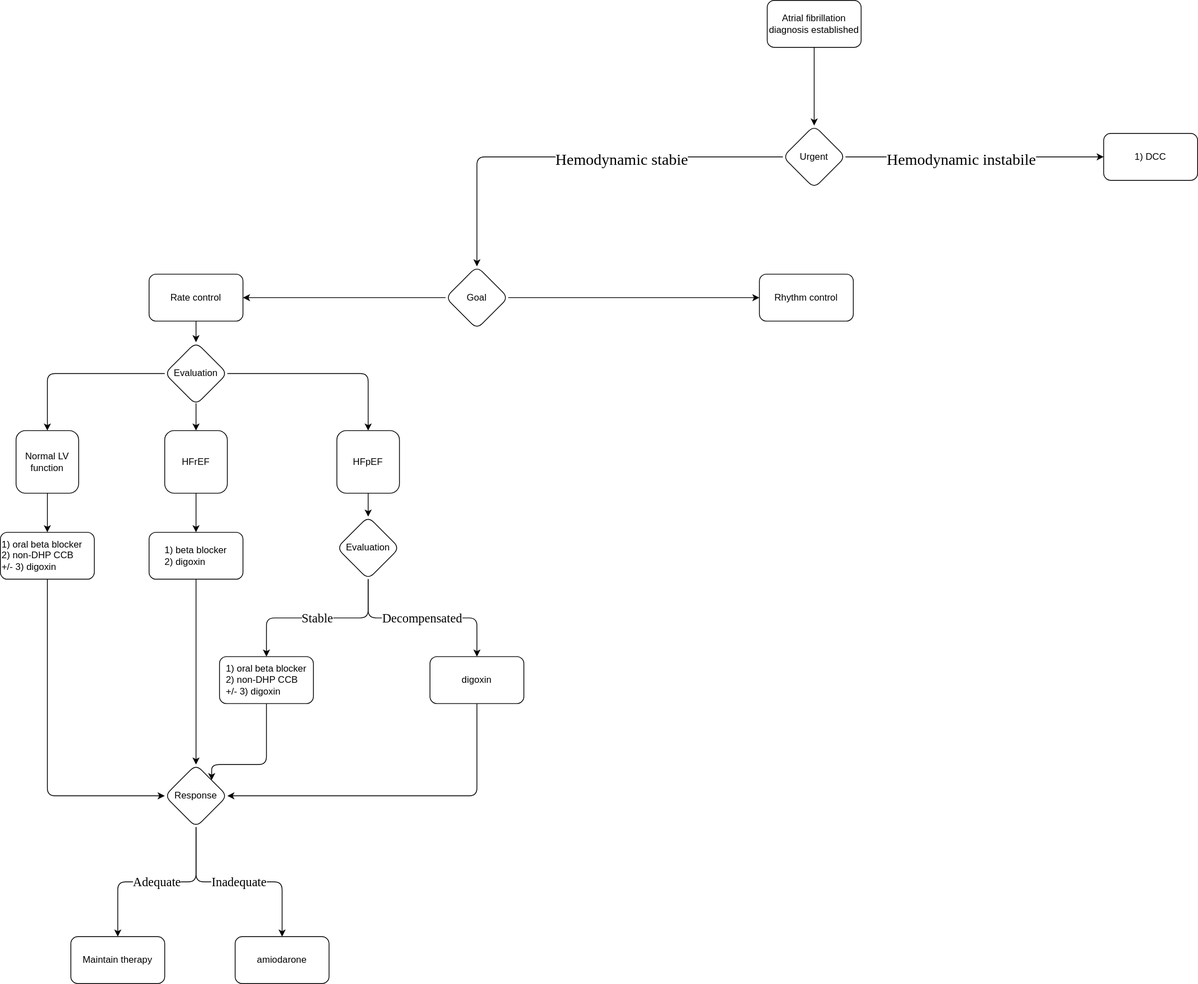
This is Atrial fibrillation/AF algorithm.svg from TomHsiung/Cardiology, a draw.io export, as it was before one commit. Source tidied: cells renumbered, new cells last; positions are measured from the earlier drawing's top-left corner, leaving out a move shared by most shapes. Its diagram source:
```xml
<mxGraphModel>
  <root>
    <mxCell id="0" />
    <mxCell id="1" parent="0" />
    <mxCell id="2" style="edgeStyle=orthogonalEdgeStyle;rounded=1;jettySize=auto;html=1;exitX=0.5;exitY=1;exitDx=0;exitDy=0;entryX=0.5;entryY=0;entryDx=0;entryDy=0;" parent="1" edge="1" source="3" target="40">
      <mxGeometry relative="1" as="geometry" />
    </mxCell>
    <mxCell id="3" value="Atrial fibrillation diagnosis established" style="rounded=1;whiteSpace=wrap;html=1;labelBackgroundColor=none;" parent="1" vertex="1">
      <mxGeometry x="980" width="120" height="60" as="geometry" />
    </mxCell>
    <mxCell id="4" style="edgeStyle=orthogonalEdgeStyle;rounded=1;jettySize=auto;html=1;fontColor=default;entryX=1;entryY=0.5;entryDx=0;entryDy=0;exitX=0;exitY=0.5;exitDx=0;exitDy=0;labelBackgroundColor=none;" parent="1" edge="1" source="6" target="8">
      <mxGeometry relative="1" as="geometry" />
    </mxCell>
    <mxCell id="5" style="edgeStyle=orthogonalEdgeStyle;rounded=1;jettySize=auto;html=1;exitX=1;exitY=0.5;exitDx=0;exitDy=0;fontColor=default;entryX=0;entryY=0.5;entryDx=0;entryDy=0;labelBackgroundColor=none;" parent="1" edge="1" source="6" target="9">
      <mxGeometry relative="1" as="geometry" />
    </mxCell>
    <mxCell id="6" value="Goal" style="rhombus;whiteSpace=wrap;html=1;rounded=1;labelBackgroundColor=none;" parent="1" vertex="1">
      <mxGeometry x="569" y="340" width="80" height="80" as="geometry" />
    </mxCell>
    <mxCell id="7" style="edgeStyle=orthogonalEdgeStyle;rounded=1;jettySize=auto;html=1;exitX=0.5;exitY=1;exitDx=0;exitDy=0;fontColor=default;entryX=0.5;entryY=0;entryDx=0;entryDy=0;labelBackgroundColor=none;" parent="1" edge="1" source="8" target="13">
      <mxGeometry relative="1" as="geometry" />
    </mxCell>
    <mxCell id="8" value="Rate control" style="rounded=1;whiteSpace=wrap;html=1;labelBackgroundColor=none;" parent="1" vertex="1">
      <mxGeometry x="190" y="350" width="120" height="60" as="geometry" />
    </mxCell>
    <mxCell id="9" value="Rhythm control" style="rounded=1;whiteSpace=wrap;html=1;labelBackgroundColor=none;" parent="1" vertex="1">
      <mxGeometry x="970" y="350" width="120" height="60" as="geometry" />
    </mxCell>
    <mxCell id="10" style="edgeStyle=orthogonalEdgeStyle;rounded=1;jettySize=auto;html=1;entryX=0.5;entryY=0;entryDx=0;entryDy=0;fontColor=default;exitX=0;exitY=0.5;exitDx=0;exitDy=0;labelBackgroundColor=none;" parent="1" edge="1" source="13" target="15">
      <mxGeometry relative="1" as="geometry" />
    </mxCell>
    <mxCell id="11" style="edgeStyle=orthogonalEdgeStyle;rounded=1;jettySize=auto;html=1;entryX=0.5;entryY=0;entryDx=0;entryDy=0;fontColor=default;exitX=0.5;exitY=1;exitDx=0;exitDy=0;labelBackgroundColor=none;" parent="1" edge="1" target="17">
      <mxGeometry relative="1" as="geometry">
        <mxPoint x="250" y="515" as="sourcePoint" />
      </mxGeometry>
    </mxCell>
    <mxCell id="12" style="edgeStyle=orthogonalEdgeStyle;rounded=1;jettySize=auto;html=1;exitX=1;exitY=0.5;exitDx=0;exitDy=0;entryX=0.5;entryY=0;entryDx=0;entryDy=0;fontColor=default;labelBackgroundColor=none;" parent="1" edge="1" source="13" target="19">
      <mxGeometry relative="1" as="geometry" />
    </mxCell>
    <mxCell id="13" value="Evaluation" style="rhombus;whiteSpace=wrap;html=1;rounded=1;labelBackgroundColor=none;" parent="1" vertex="1">
      <mxGeometry x="210" y="437" width="80" height="80" as="geometry" />
    </mxCell>
    <mxCell id="14" style="edgeStyle=orthogonalEdgeStyle;rounded=1;jettySize=auto;html=1;exitX=0.5;exitY=1;exitDx=0;exitDy=0;entryX=0.5;entryY=0;entryDx=0;entryDy=0;fontColor=default;labelBackgroundColor=none;" parent="1" edge="1" source="15" target="21">
      <mxGeometry relative="1" as="geometry" />
    </mxCell>
    <mxCell id="15" value="Normal LV function" style="whiteSpace=wrap;html=1;rounded=1;labelBackgroundColor=none;" parent="1" vertex="1">
      <mxGeometry x="20" y="550" width="80" height="80" as="geometry" />
    </mxCell>
    <mxCell id="16" style="edgeStyle=orthogonalEdgeStyle;rounded=1;jettySize=auto;html=1;exitX=0.5;exitY=1;exitDx=0;exitDy=0;entryX=0.5;entryY=0;entryDx=0;entryDy=0;shadow=0;fontColor=default;labelBackgroundColor=none;" parent="1" edge="1" source="17" target="23">
      <mxGeometry relative="1" as="geometry" />
    </mxCell>
    <mxCell id="17" value="HFrEF" style="whiteSpace=wrap;html=1;rounded=1;labelBackgroundColor=none;" parent="1" vertex="1">
      <mxGeometry x="210" y="550" width="80" height="80" as="geometry" />
    </mxCell>
    <mxCell id="18" style="edgeStyle=orthogonalEdgeStyle;rounded=1;jettySize=auto;html=1;entryX=0.5;entryY=0;entryDx=0;entryDy=0;shadow=0;fontColor=default;exitX=0.5;exitY=1;exitDx=0;exitDy=0;labelBackgroundColor=none;" parent="1" edge="1" source="19" target="26">
      <mxGeometry relative="1" as="geometry" />
    </mxCell>
    <mxCell id="19" value="HFpEF" style="whiteSpace=wrap;html=1;rounded=1;labelBackgroundColor=none;" parent="1" vertex="1">
      <mxGeometry x="430" y="550" width="80" height="80" as="geometry" />
    </mxCell>
    <mxCell id="20" style="edgeStyle=orthogonalEdgeStyle;rounded=1;jettySize=auto;html=1;entryX=0;entryY=0.5;entryDx=0;entryDy=0;shadow=0;fontColor=default;exitX=0.5;exitY=1;exitDx=0;exitDy=0;labelBackgroundColor=none;" parent="1" edge="1" source="21" target="33">
      <mxGeometry relative="1" as="geometry" />
    </mxCell>
    <mxCell id="21" value="1) oral beta blocker&lt;br&gt;&lt;div style=&quot;&quot;&gt;2) non-DHP CCB&lt;/div&gt;&lt;div style=&quot;&quot;&gt;+/- 3) digoxin&lt;/div&gt;" style="rounded=1;whiteSpace=wrap;html=1;align=left;labelBackgroundColor=none;" parent="1" vertex="1">
      <mxGeometry y="680" width="120" height="60" as="geometry" />
    </mxCell>
    <mxCell id="22" style="edgeStyle=orthogonalEdgeStyle;rounded=1;jettySize=auto;html=1;shadow=0;fontColor=default;entryX=0.5;entryY=0;entryDx=0;entryDy=0;exitX=0.5;exitY=1;exitDx=0;exitDy=0;labelBackgroundColor=none;" parent="1" edge="1" source="23" target="33">
      <mxGeometry relative="1" as="geometry" />
    </mxCell>
    <mxCell id="23" value="&lt;div style=&quot;text-align: left;&quot;&gt;1) beta blocker&lt;/div&gt;&lt;div style=&quot;text-align: left;&quot;&gt;2) digoxin&lt;/div&gt;" style="rounded=1;whiteSpace=wrap;html=1;labelBackgroundColor=none;" parent="1" vertex="1">
      <mxGeometry x="190" y="680" width="120" height="60" as="geometry" />
    </mxCell>
    <mxCell id="24" value="Stable" style="edgeStyle=orthogonalEdgeStyle;rounded=1;hachureGap=4;jettySize=auto;html=1;entryX=0.5;entryY=0;entryDx=0;entryDy=0;fontFamily=Architects Daughter;fontSource=https%3A%2F%2Ffonts.googleapis.com%2Fcss%3Ffamily%3DArchitects%2BDaughter;fontSize=16;exitX=0.5;exitY=1;exitDx=0;exitDy=0;" parent="1" edge="1" source="26" target="28">
      <mxGeometry relative="1" as="geometry" />
    </mxCell>
    <mxCell id="25" value="Decompensated" style="edgeStyle=orthogonalEdgeStyle;rounded=1;hachureGap=4;jettySize=auto;html=1;exitX=0.5;exitY=1;exitDx=0;exitDy=0;fontFamily=Architects Daughter;fontSource=https%3A%2F%2Ffonts.googleapis.com%2Fcss%3Ffamily%3DArchitects%2BDaughter;fontSize=16;" parent="1" edge="1" source="26" target="30">
      <mxGeometry relative="1" as="geometry" />
    </mxCell>
    <mxCell id="26" value="Evaluation" style="rhombus;whiteSpace=wrap;html=1;rounded=1;labelBackgroundColor=none;" parent="1" vertex="1">
      <mxGeometry x="430" y="660" width="80" height="80" as="geometry" />
    </mxCell>
    <mxCell id="27" style="edgeStyle=orthogonalEdgeStyle;rounded=1;jettySize=auto;html=1;entryX=1;entryY=0;entryDx=0;entryDy=0;shadow=0;fontColor=default;labelBackgroundColor=none;" parent="1" edge="1" source="28" target="33">
      <mxGeometry relative="1" as="geometry">
        <Array as="points">
          <mxPoint x="340" y="977" />
          <mxPoint x="270" y="977" />
        </Array>
      </mxGeometry>
    </mxCell>
    <mxCell id="28" value="&lt;span style=&quot;text-align: left;&quot;&gt;1) oral beta blocker&lt;/span&gt;&lt;br style=&quot;border-color: var(--border-color); text-align: left;&quot;&gt;&lt;div style=&quot;border-color: var(--border-color); text-align: left;&quot;&gt;2) non-DHP CCB&lt;/div&gt;&lt;div style=&quot;border-color: var(--border-color); text-align: left;&quot;&gt;+/- 3) digoxin&lt;/div&gt;" style="rounded=1;whiteSpace=wrap;html=1;labelBackgroundColor=none;" parent="1" vertex="1">
      <mxGeometry x="280" y="839" width="120" height="60" as="geometry" />
    </mxCell>
    <mxCell id="29" style="edgeStyle=orthogonalEdgeStyle;rounded=1;hachureGap=4;jettySize=auto;html=1;entryX=1;entryY=0.5;entryDx=0;entryDy=0;fontFamily=Architects Daughter;fontSource=https%3A%2F%2Ffonts.googleapis.com%2Fcss%3Ffamily%3DArchitects%2BDaughter;fontSize=16;exitX=0.5;exitY=1;exitDx=0;exitDy=0;" parent="1" edge="1" source="30" target="33">
      <mxGeometry relative="1" as="geometry">
        <Array as="points">
          <mxPoint x="609" y="1017" />
        </Array>
      </mxGeometry>
    </mxCell>
    <mxCell id="30" value="digoxin" style="rounded=1;whiteSpace=wrap;html=1;labelBackgroundColor=none;" parent="1" vertex="1">
      <mxGeometry x="549" y="839" width="120" height="60" as="geometry" />
    </mxCell>
    <mxCell id="31" value="Adequate" style="edgeStyle=orthogonalEdgeStyle;rounded=1;hachureGap=4;jettySize=auto;html=1;exitX=0.5;exitY=1;exitDx=0;exitDy=0;entryX=0.5;entryY=0;entryDx=0;entryDy=0;fontFamily=Architects Daughter;fontSource=https%3A%2F%2Ffonts.googleapis.com%2Fcss%3Ffamily%3DArchitects%2BDaughter;fontSize=16;" parent="1" edge="1" source="33" target="34">
      <mxGeometry relative="1" as="geometry" />
    </mxCell>
    <mxCell id="32" value="Inadequate" style="edgeStyle=orthogonalEdgeStyle;rounded=1;hachureGap=4;jettySize=auto;html=1;exitX=0.5;exitY=1;exitDx=0;exitDy=0;fontFamily=Architects Daughter;fontSource=https%3A%2F%2Ffonts.googleapis.com%2Fcss%3Ffamily%3DArchitects%2BDaughter;fontSize=16;" parent="1" edge="1" source="33" target="35">
      <mxGeometry relative="1" as="geometry" />
    </mxCell>
    <mxCell id="33" value="Response" style="rhombus;whiteSpace=wrap;html=1;rounded=1;labelBackgroundColor=none;" parent="1" vertex="1">
      <mxGeometry x="210" y="977" width="80" height="80" as="geometry" />
    </mxCell>
    <mxCell id="34" value="Maintain therapy" style="rounded=1;whiteSpace=wrap;html=1;labelBackgroundColor=none;" parent="1" vertex="1">
      <mxGeometry x="90" y="1197" width="120" height="60" as="geometry" />
    </mxCell>
    <mxCell id="35" value="amiodarone" style="rounded=1;whiteSpace=wrap;html=1;labelBackgroundColor=none;" parent="1" vertex="1">
      <mxGeometry x="300" y="1197" width="120" height="60" as="geometry" />
    </mxCell>
    <mxCell id="36" style="edgeStyle=orthogonalEdgeStyle;rounded=1;jettySize=auto;html=1;entryX=0.5;entryY=0;entryDx=0;entryDy=0;" parent="1" edge="1" source="40" target="6">
      <mxGeometry relative="1" as="geometry" />
    </mxCell>
    <mxCell id="37" value="Hemodynamic stabie" style="edgeLabel;html=1;align=center;verticalAlign=middle;fontSize=20;fontFamily=Architects Daughter;" parent="36" vertex="1">
      <mxGeometry x="-0.22" y="2" relative="1" as="geometry" />
    </mxCell>
    <mxCell id="38" style="edgeStyle=orthogonalEdgeStyle;rounded=1;jettySize=auto;html=1;entryX=0;entryY=0.5;entryDx=0;entryDy=0;" parent="1" edge="1" source="40" target="41">
      <mxGeometry relative="1" as="geometry" />
    </mxCell>
    <mxCell id="39" value="Hemodynamic instabile" style="edgeLabel;html=1;align=center;verticalAlign=middle;fontSize=20;fontFamily=Architects Daughter;" parent="38" vertex="1">
      <mxGeometry x="-0.11" y="-2" relative="1" as="geometry" />
    </mxCell>
    <mxCell id="40" value="Urgent" style="rhombus;whiteSpace=wrap;html=1;rounded=1;" parent="1" vertex="1">
      <mxGeometry x="1000" y="160" width="80" height="80" as="geometry" />
    </mxCell>
    <mxCell id="41" value="1) DCC" style="rounded=1;whiteSpace=wrap;html=1;" parent="1" vertex="1">
      <mxGeometry x="1410" y="170" width="120" height="60" as="geometry" />
    </mxCell>
  </root>
</mxGraphModel>
```
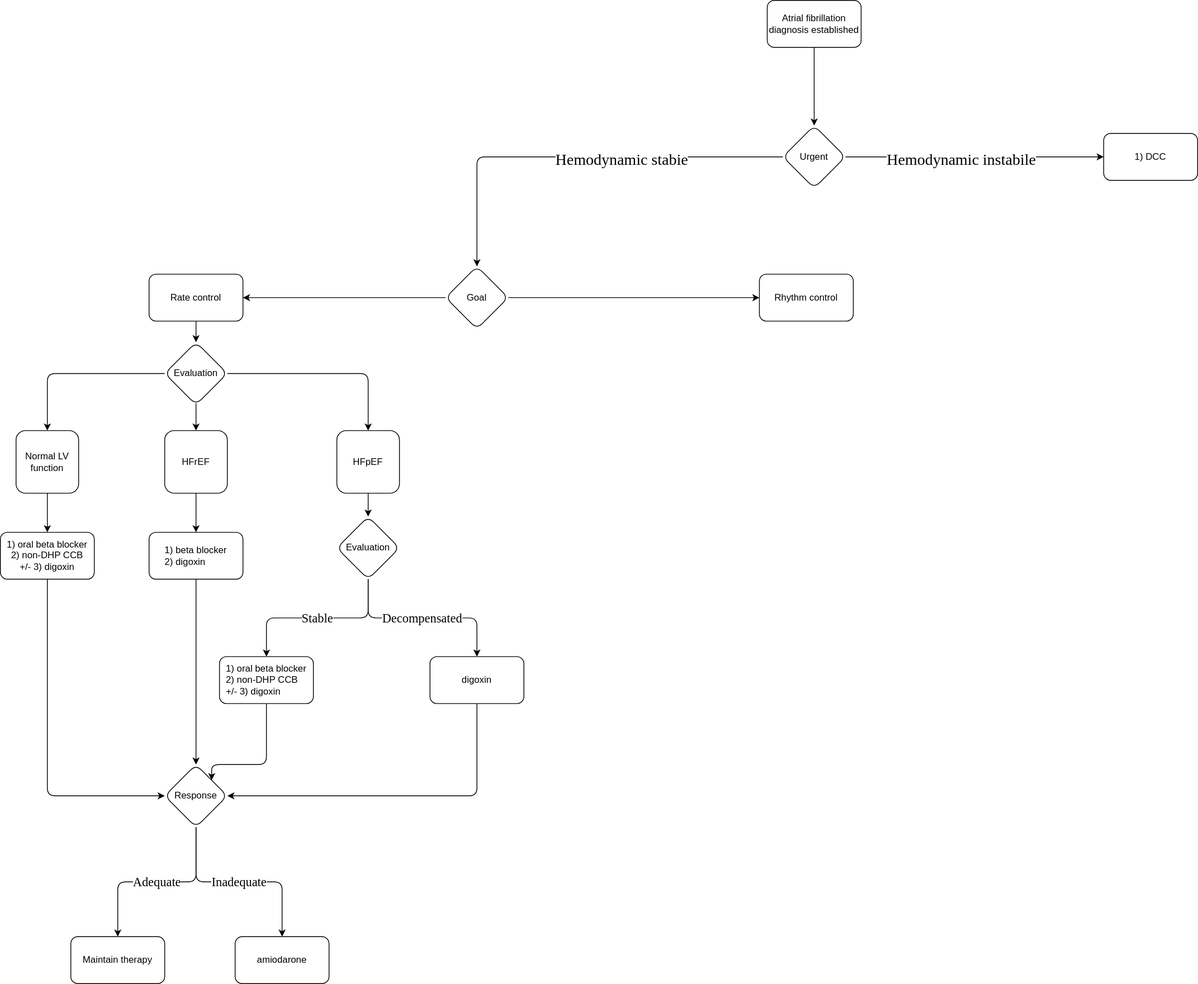
Above is the later version.

What changed in the source:
```diff
@@ -61,7 +61,7 @@
     <mxCell id="20" style="edgeStyle=orthogonalEdgeStyle;rounded=1;jettySize=auto;html=1;entryX=0;entryY=0.5;entryDx=0;entryDy=0;shadow=0;fontColor=default;exitX=0.5;exitY=1;exitDx=0;exitDy=0;labelBackgroundColor=none;" parent="1" edge="1" source="21" target="33">
       <mxGeometry relative="1" as="geometry" />
     </mxCell>
-    <mxCell id="21" value="1) oral beta blocker&lt;br&gt;&lt;div style=&quot;&quot;&gt;2) non-DHP CCB&lt;/div&gt;&lt;div style=&quot;&quot;&gt;+/- 3) digoxin&lt;/div&gt;" style="rounded=1;whiteSpace=wrap;html=1;align=left;labelBackgroundColor=none;" parent="1" vertex="1">
+    <mxCell id="21" value="1) oral beta blocker&lt;br&gt;&lt;div style=&quot;&quot;&gt;2) non-DHP CCB&lt;/div&gt;&lt;div style=&quot;&quot;&gt;+/- 3) digoxin&lt;/div&gt;" style="rounded=1;whiteSpace=wrap;html=1;align=center;labelBackgroundColor=none;" parent="1" vertex="1">
       <mxGeometry y="680" width="120" height="60" as="geometry" />
     </mxCell>
     <mxCell id="22" style="edgeStyle=orthogonalEdgeStyle;rounded=1;jettySize=auto;html=1;shadow=0;fontColor=default;entryX=0.5;entryY=0;entryDx=0;entryDy=0;exitX=0.5;exitY=1;exitDx=0;exitDy=0;labelBackgroundColor=none;" parent="1" edge="1" source="23" target="33">
```
